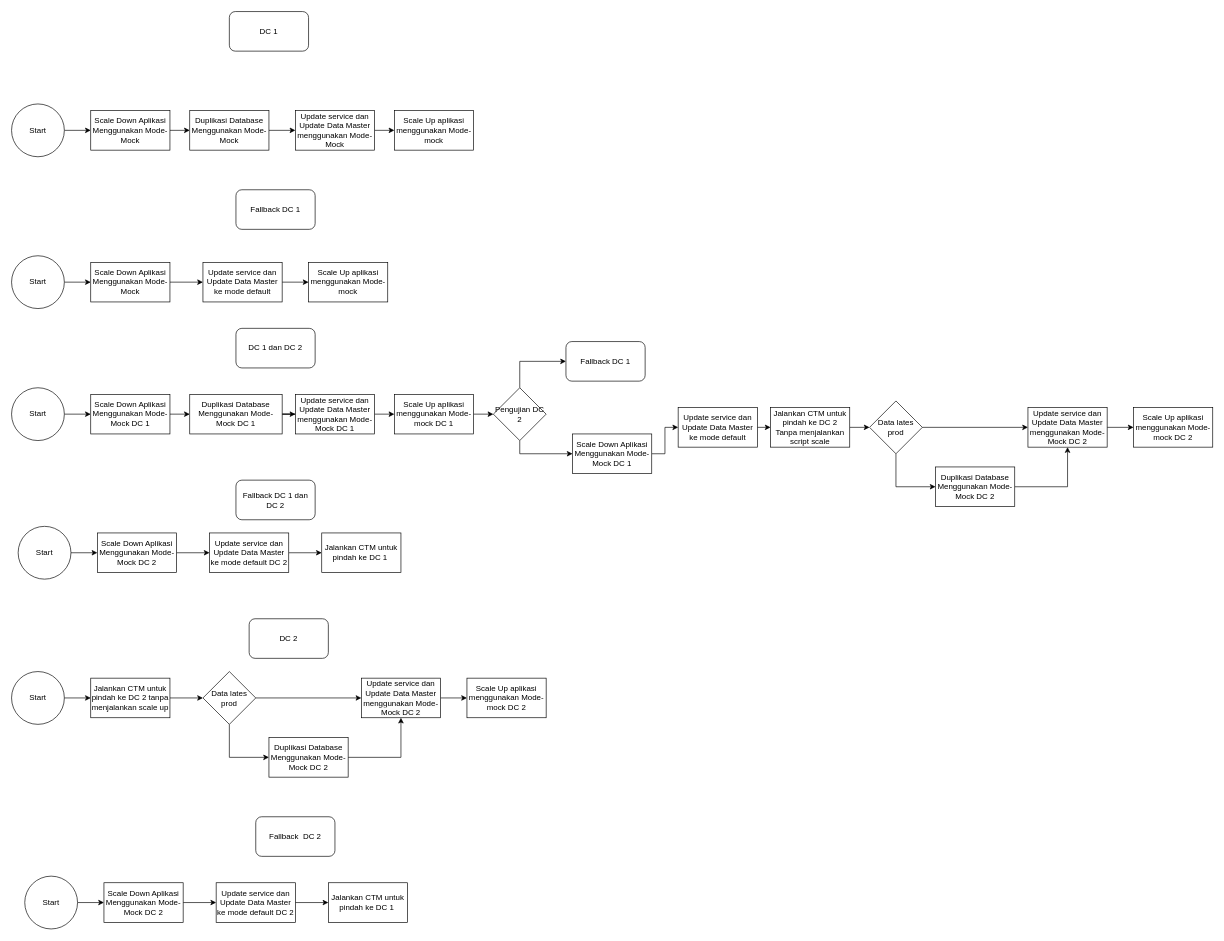
nadjibhaeckal/nadjib keeps this draw.io diagram as Untitled Diagram.drawio. Above is the earlier version. Source tidied: cells renumbered, new cells numbered last; positions are measured from the earlier drawing's top-left corner, leaving out a move shared by most shapes. Both pictures are drawn from the tidied source at 66%, with x=0, y=0 at pixel (11, 11).
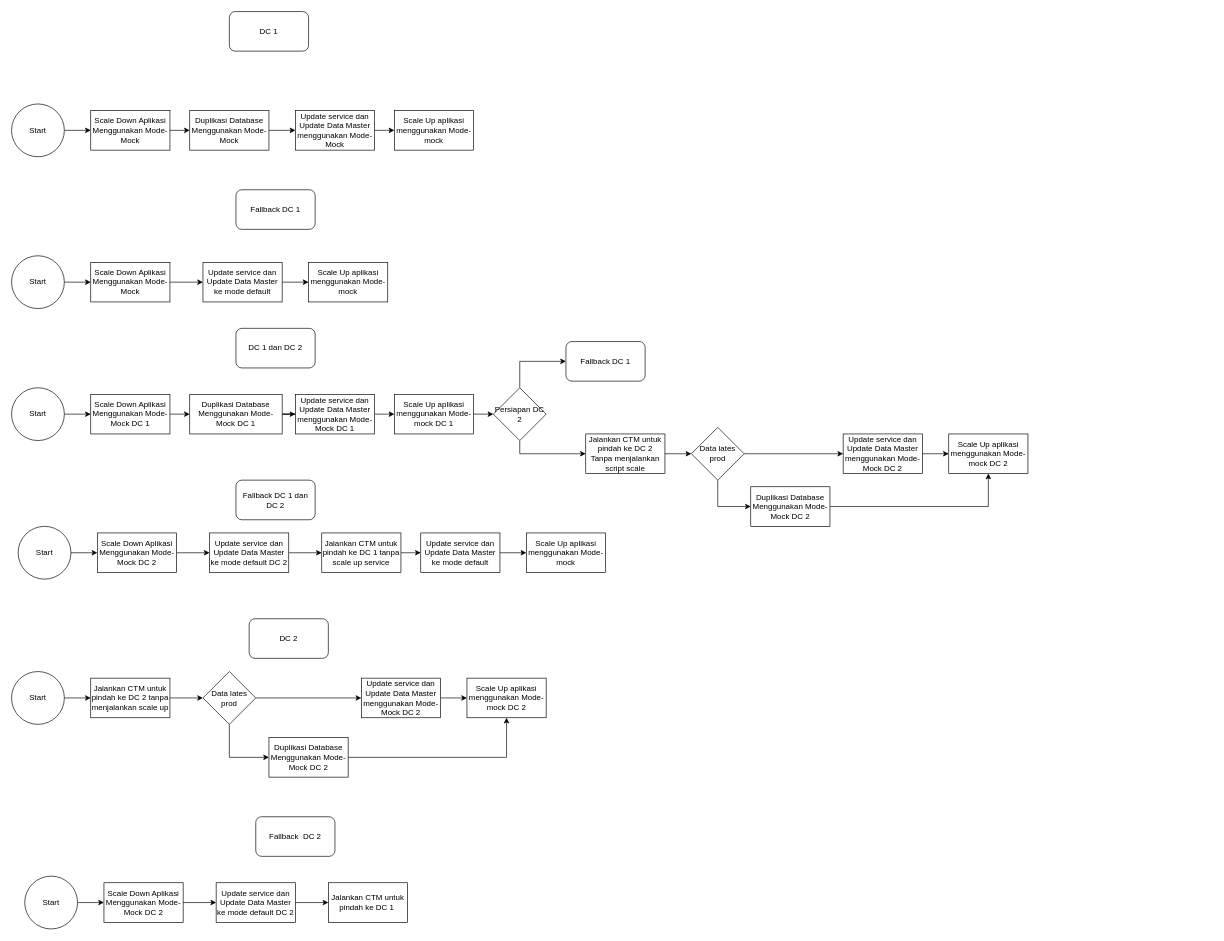
Above is the later version.

The change refers to these unchanged cells:
```xml
<mxCell id="66" value="&lt;br&gt;&lt;span style=&quot;color: rgb(0, 0, 0); font-family: Helvetica; font-size: 12px; font-style: normal; font-variant-ligatures: normal; font-variant-caps: normal; font-weight: 400; letter-spacing: normal; orphans: 2; text-align: center; text-indent: 0px; text-transform: none; widows: 2; word-spacing: 0px; -webkit-text-stroke-width: 0px; white-space: normal; background-color: rgb(251, 251, 251); text-decoration-thickness: initial; text-decoration-style: initial; text-decoration-color: initial; float: none; display: inline !important;&quot;&gt;Update service dan Update Data Master menggunakan Mode-Mock DC 2&lt;/span&gt;&lt;div&gt;&lt;br/&gt;&lt;/div&gt;" style="rounded=0;whiteSpace=wrap;html=1;" parent="1" vertex="1">
  <mxGeometry x="530" y="1010" width="120" height="60" as="geometry" />
</mxCell>
<mxCell id="67" value="Scale Up aplikasi menggunakan Mode-mock DC 2" style="rounded=0;whiteSpace=wrap;html=1;" parent="1" vertex="1">
  <mxGeometry x="690" y="1010" width="120" height="60" as="geometry" />
</mxCell>
<mxCell id="69" value="Duplikasi Database Menggunakan Mode-Mock DC 2" style="rounded=0;whiteSpace=wrap;html=1;" parent="1" vertex="1">
  <mxGeometry x="390" y="1100" width="120" height="60" as="geometry" />
</mxCell>
```

Change to the diagram source:
```diff
@@
-    <mxCell id="32" style="edgeStyle=orthogonalEdgeStyle;rounded=0;jettySize=auto;html=1;exitX=0.5;exitY=1;exitDx=0;exitDy=0;entryX=0;entryY=0.5;entryDx=0;entryDy=0;" parent="1" edge="1" source="33" target="36">
-      <mxGeometry relative="1" as="geometry" />
-    </mxCell>
+    <mxCell id="78" style="edgeStyle=orthogonalEdgeStyle;rounded=0;jettySize=auto;html=1;exitX=0.5;exitY=1;exitDx=0;exitDy=0;entryX=0;entryY=0.5;entryDx=0;entryDy=0;" parent="1" edge="1" source="33" target="40">
+      <mxGeometry relative="1" as="geometry" />
+    </mxCell>
-    <mxCell id="33" value="Pengujian DC 2" style="rhombus;whiteSpace=wrap;html=1;" parent="1" vertex="1">
+    <mxCell id="33" value="Persiapan DC 2" style="rhombus;whiteSpace=wrap;html=1;" parent="1" vertex="1">
       <mxGeometry x="730" y="570" width="80" height="80" as="geometry" />
     </mxCell>
@@
-    <mxCell id="35" style="edgeStyle=orthogonalEdgeStyle;rounded=0;jettySize=auto;html=1;exitX=1;exitY=0.5;exitDx=0;exitDy=0;entryX=0;entryY=0.5;entryDx=0;entryDy=0;" parent="1" edge="1" source="36" target="38">
-      <mxGeometry relative="1" as="geometry" />
-    </mxCell>
-    <mxCell id="36" value="Scale Down Aplikasi Menggunakan Mode-Mock DC 1" style="rounded=0;whiteSpace=wrap;html=1;" parent="1" vertex="1">
-      <mxGeometry x="850" y="640" width="120" height="60" as="geometry" />
-    </mxCell>
-    <mxCell id="37" style="edgeStyle=orthogonalEdgeStyle;rounded=0;jettySize=auto;html=1;exitX=1;exitY=0.5;exitDx=0;exitDy=0;entryX=0;entryY=0.5;entryDx=0;entryDy=0;" parent="1" edge="1" source="38" target="40">
-      <mxGeometry relative="1" as="geometry" />
-    </mxCell>
-    <mxCell id="38" value="Update service dan Update Data Master ke mode default" style="rounded=0;whiteSpace=wrap;html=1;" parent="1" vertex="1">
-      <mxGeometry x="1010" y="600" width="120" height="60" as="geometry" />
-    </mxCell>
@@
     <mxCell id="40" value="Jalankan CTM untuk pindah ke DC 2 Tanpa menjalankan script scale" style="rounded=0;whiteSpace=wrap;html=1;" parent="1" vertex="1">
-      <mxGeometry x="1150" y="600" width="120" height="60" as="geometry" />
+      <mxGeometry x="870" y="640" width="120" height="60" as="geometry" />
     </mxCell>
@@
     <mxCell id="43" value="Data lates prod" style="rhombus;whiteSpace=wrap;html=1;" parent="1" vertex="1">
-      <mxGeometry x="1300" y="590" width="80" height="80" as="geometry" />
+      <mxGeometry x="1030" y="630" width="80" height="80" as="geometry" />
     </mxCell>
@@
     <mxCell id="45" value="&lt;br&gt;&lt;span style=&quot;color: rgb(0, 0, 0); font-family: Helvetica; font-size: 12px; font-style: normal; font-variant-ligatures: normal; font-variant-caps: normal; font-weight: 400; letter-spacing: normal; orphans: 2; text-align: center; text-indent: 0px; text-transform: none; widows: 2; word-spacing: 0px; -webkit-text-stroke-width: 0px; white-space: normal; background-color: rgb(251, 251, 251); text-decoration-thickness: initial; text-decoration-style: initial; text-decoration-color: initial; float: none; display: inline !important;&quot;&gt;Update service dan Update Data Master menggunakan Mode-Mock DC 2&lt;/span&gt;&lt;div&gt;&lt;br/&gt;&lt;/div&gt;" style="rounded=0;whiteSpace=wrap;html=1;" parent="1" vertex="1">
-      <mxGeometry x="1540" y="600" width="120" height="60" as="geometry" />
+      <mxGeometry x="1260" y="640" width="120" height="60" as="geometry" />
     </mxCell>
     <mxCell id="46" value="Scale Up aplikasi menggunakan Mode-mock DC 2" style="rounded=0;whiteSpace=wrap;html=1;" parent="1" vertex="1">
-      <mxGeometry x="1700" y="600" width="120" height="60" as="geometry" />
+      <mxGeometry x="1420" y="640" width="120" height="60" as="geometry" />
     </mxCell>
-    <mxCell id="47" style="edgeStyle=orthogonalEdgeStyle;rounded=0;jettySize=auto;html=1;exitX=1;exitY=0.5;exitDx=0;exitDy=0;" parent="1" edge="1" source="48" target="45">
-      <mxGeometry relative="1" as="geometry" />
-    </mxCell>
+    <mxCell id="79" style="edgeStyle=orthogonalEdgeStyle;rounded=0;jettySize=auto;html=1;exitX=1;exitY=0.5;exitDx=0;exitDy=0;entryX=0.5;entryY=1;entryDx=0;entryDy=0;" parent="1" edge="1" source="48" target="46">
+      <mxGeometry relative="1" as="geometry" />
+    </mxCell>
     <mxCell id="48" value="Duplikasi Database Menggunakan Mode-Mock DC 2" style="rounded=0;whiteSpace=wrap;html=1;" parent="1" vertex="1">
-      <mxGeometry x="1400" y="690" width="120" height="60" as="geometry" />
+      <mxGeometry x="1120" y="720" width="120" height="60" as="geometry" />
     </mxCell>
@@
+    <mxCell id="80" style="edgeStyle=orthogonalEdgeStyle;rounded=0;jettySize=auto;html=1;exitX=1;exitY=0.5;exitDx=0;exitDy=0;entryX=0;entryY=0.5;entryDx=0;entryDy=0;" parent="1" edge="1" source="56" target="38">
+      <mxGeometry relative="1" as="geometry" />
+    </mxCell>
-    <mxCell id="56" value="Jalankan CTM untuk pindah ke DC 1&amp;nbsp;" style="rounded=0;whiteSpace=wrap;html=1;" parent="1" vertex="1">
+    <mxCell id="56" value="Jalankan CTM untuk pindah ke DC 1 tanpa scale up service" style="rounded=0;whiteSpace=wrap;html=1;" parent="1" vertex="1">
       <mxGeometry x="470" y="790" width="120" height="60" as="geometry" />
     </mxCell>
@@
-    <mxCell id="68" style="edgeStyle=orthogonalEdgeStyle;rounded=0;jettySize=auto;html=1;exitX=1;exitY=0.5;exitDx=0;exitDy=0;" parent="1" edge="1" source="69" target="66">
-      <mxGeometry relative="1" as="geometry" />
-    </mxCell>
+    <mxCell id="81" style="edgeStyle=orthogonalEdgeStyle;rounded=0;jettySize=auto;html=1;exitX=1;exitY=0.5;exitDx=0;exitDy=0;entryX=0.5;entryY=1;entryDx=0;entryDy=0;" parent="1" edge="1" source="69" target="67">
+      <mxGeometry relative="1" as="geometry" />
+    </mxCell>
@@
+    <mxCell id="82" style="edgeStyle=orthogonalEdgeStyle;rounded=0;jettySize=auto;html=1;exitX=1;exitY=0.5;exitDx=0;exitDy=0;entryX=0;entryY=0.5;entryDx=0;entryDy=0;" parent="1" edge="1" source="38" target="83">
+      <mxGeometry relative="1" as="geometry" />
+    </mxCell>
+    <mxCell id="38" value="Update service dan Update Data Master ke mode default" style="rounded=0;whiteSpace=wrap;html=1;" parent="1" vertex="1">
+      <mxGeometry x="620" y="790" width="120" height="60" as="geometry" />
+    </mxCell>
+    <mxCell id="83" value="Scale Up aplikasi menggunakan Mode-mock" style="rounded=0;whiteSpace=wrap;html=1;" parent="1" vertex="1">
+      <mxGeometry x="780" y="790" width="120" height="60" as="geometry" />
+    </mxCell>
```
